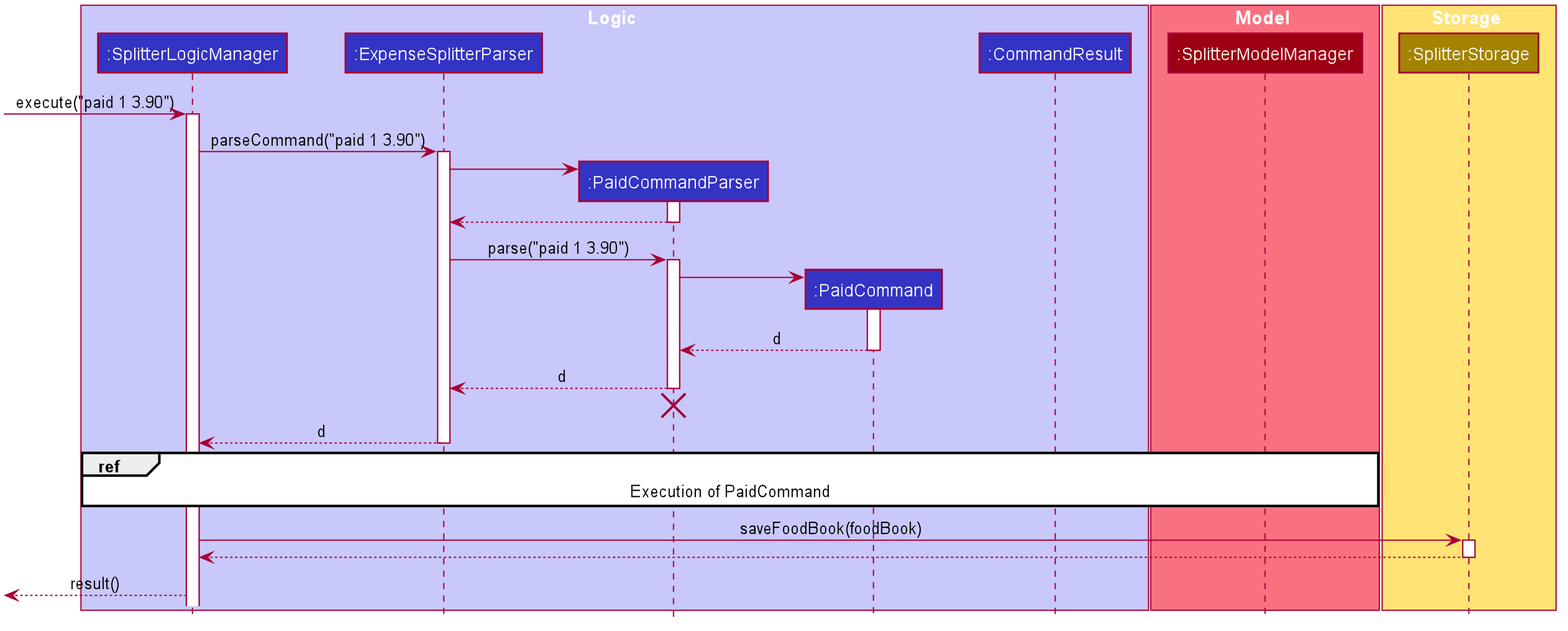
Earlier version of the PlantUML export docs/images/ExpenseSplitterPaidCommandSequenceDiagram.png (nus-cs2103-AY1920S2/addressbook-level3).
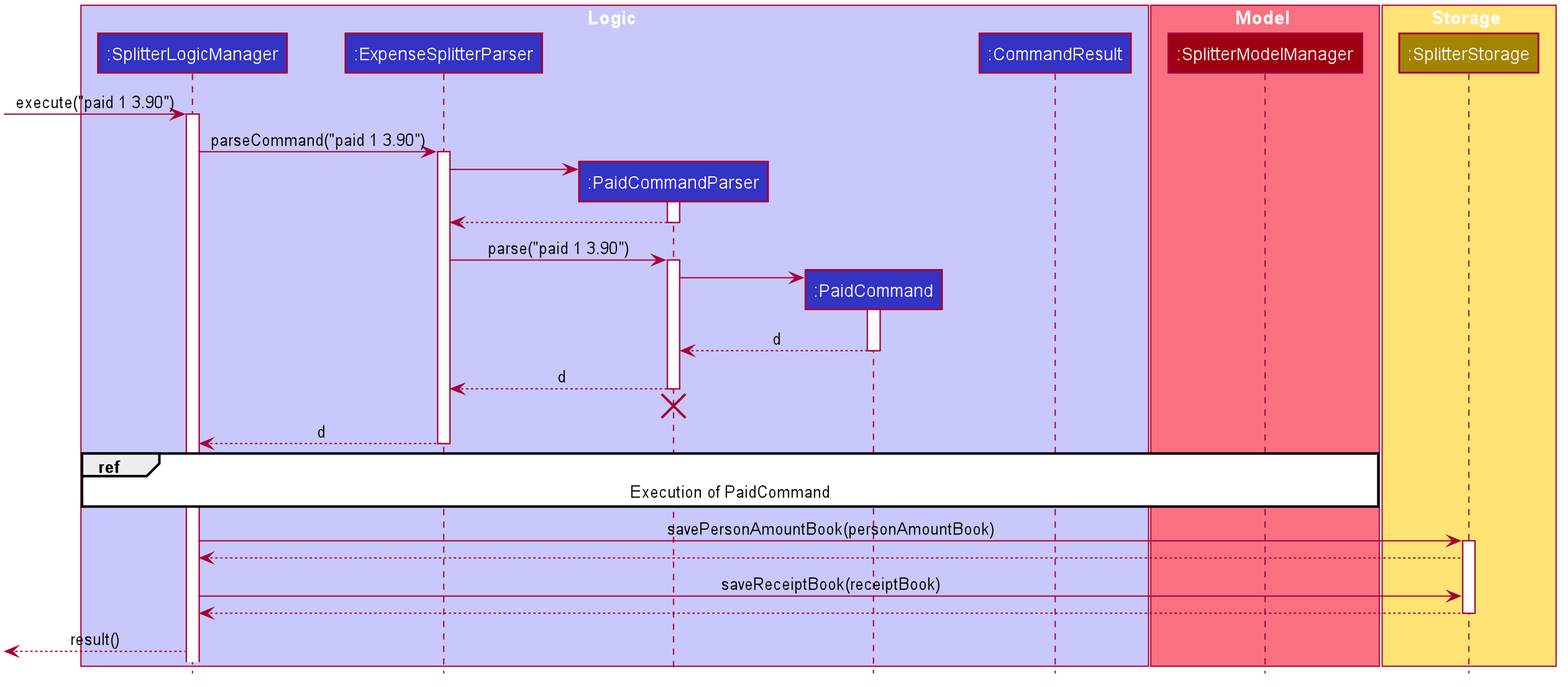
The same file after the commit.

Diff of the diagram source:
```diff
@@ -97,9 +97,12 @@
 
 ref over SplitterLogicManager, SplitterModelManager: Execution of PaidCommand
 
-SplitterLogicManager -> SplitterStorageManager : saveFoodBook(foodBook)
+SplitterLogicManager -> SplitterStorageManager : savePersonAmountBook(personAmountBook)
 activate SplitterStorageManager
 
+SplitterStorageManager --> SplitterLogicManager
+
+SplitterLogicManager -> SplitterStorageManager : saveReceiptBook(receiptBook)
 SplitterStorageManager --> SplitterLogicManager
 deactivate SplitterStorageManager
 
```
